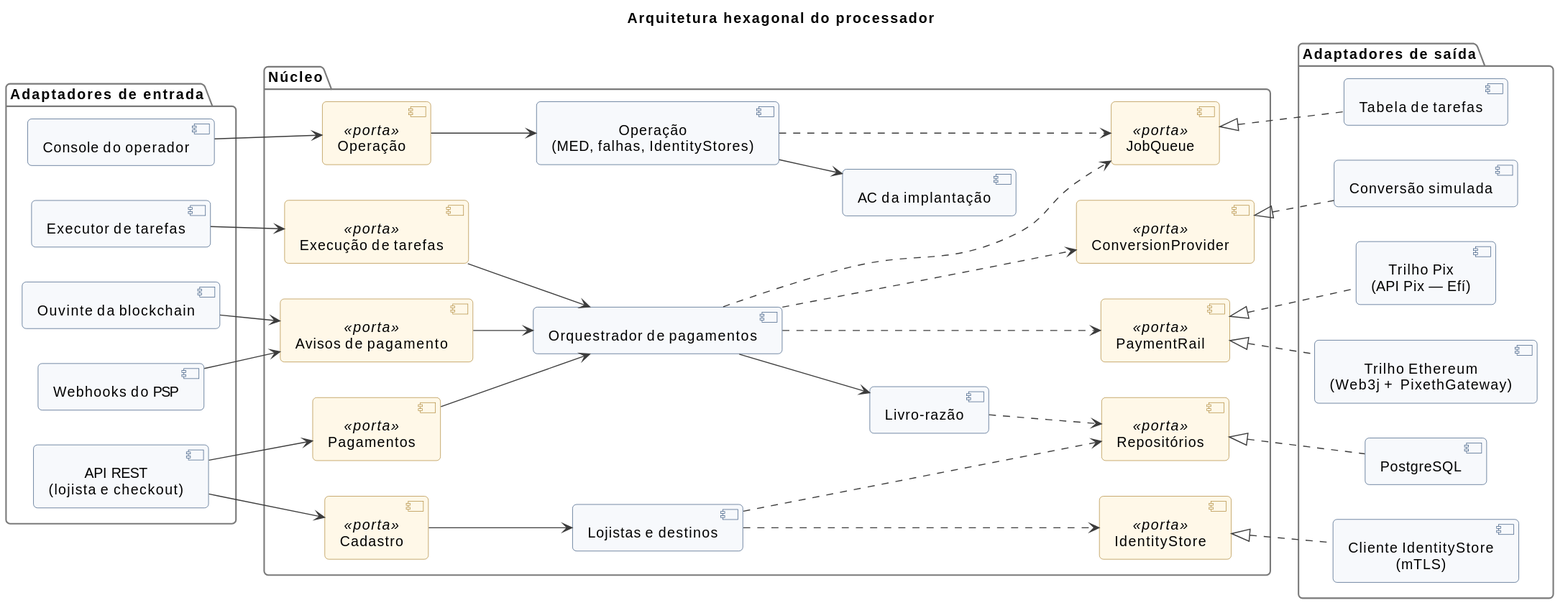
BrunoViotto18/Pixeth keeps this PlantUML diagram as docs/diagrams/svg/arquitetura/componentes-hexagonal.svg. Above is the earlier version.
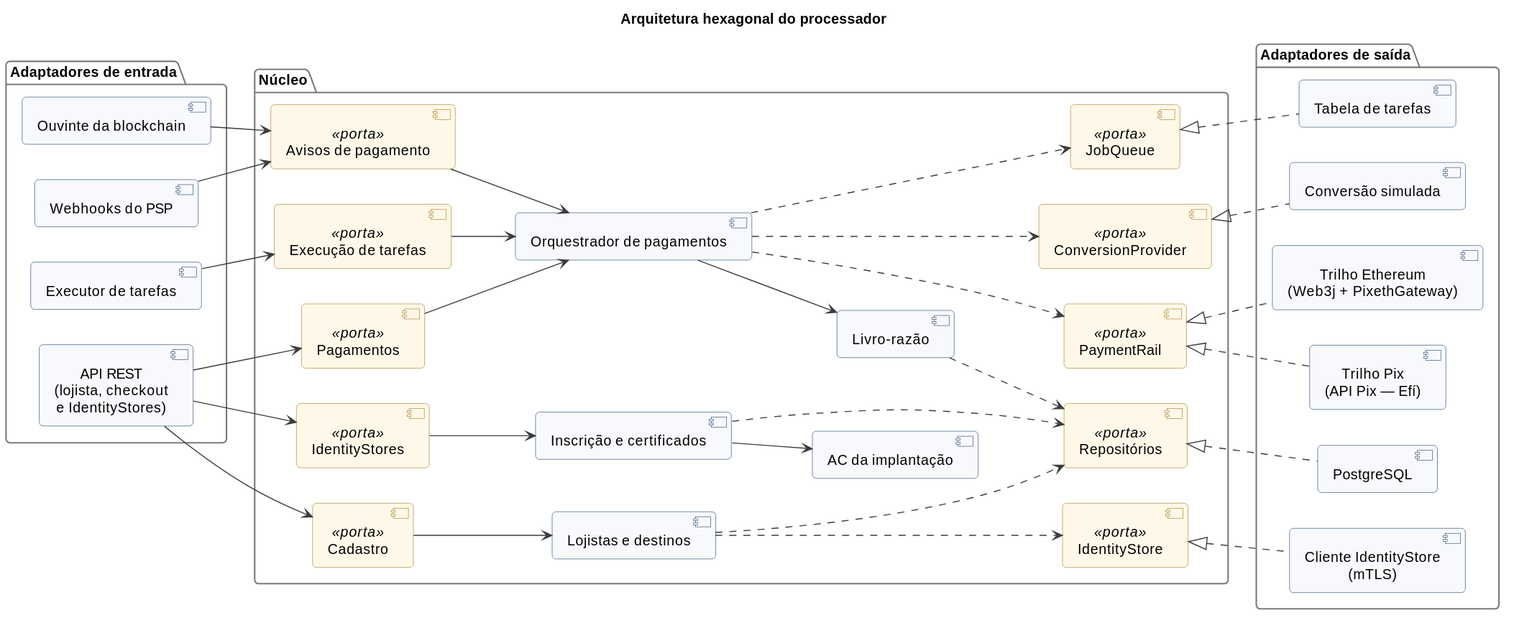
Above is the later version.

The edit, as a diff of the source:
```diff
@@ -10,70 +10,69 @@
 }
 
 package "Adaptadores de entrada" as g_in {
-  component "API REST\n(lojista e checkout)" as restApi
+  component "Ouvinte da blockchain" as chainListener
   component "Webhooks do PSP" as pspWebhook
-  component "Ouvinte da blockchain" as chainListener
   component "Executor de tarefas" as jobRunner
-  component "Console do operador" as console
+  component "API REST\n(lojista, checkout\ne IdentityStores)" as restApi
 }
 
 package "Núcleo" as g_core {
-  component "Cadastro" <<porta>> as IMerch
-  component "Pagamentos" <<porta>> as IPay
-  component "Operação" <<porta>> as IOps
   component "Avisos de pagamento" <<porta>> as INotif
   component "Execução de tarefas" <<porta>> as ISteps
+  component "Pagamentos" <<porta>> as IPay
+  component "IdentityStores" <<porta>> as IIds
+  component "Cadastro" <<porta>> as IMerch
 
-  component "Lojistas e destinos" as merchants
-  component "Operação\n(MED, falhas, IdentityStores)" as ops
   component "Orquestrador de pagamentos" as orch
   component "Livro-razão" as ledger
+  component "Inscrição e certificados" as enroll
   component "AC da implantação" as pki
+  component "Lojistas e destinos" as merchants
 
-  component "IdentityStore" <<porta>> as IIdentity
-  component "Repositórios" <<porta>> as IRepo
-  component "JobQueue" <<porta>> as IJobs
   component "PaymentRail" <<porta>> as IRail
   component "ConversionProvider" <<porta>> as IConv
+  component "JobQueue" <<porta>> as IJobs
+  component "Repositórios" <<porta>> as IRepo
+  component "IdentityStore" <<porta>> as IIdentity
 }
 
 package "Adaptadores de saída" as g_out {
-  component "Cliente IdentityStore\n(mTLS)" as idClient
-  component "PostgreSQL" as pg
   component "Trilho Ethereum\n(Web3j + PixethGateway)" as ethRail
   component "Trilho Pix\n(API Pix — Efí)" as pixRail
   component "Conversão simulada" as convMock
   component "Tabela de tarefas" as jobTable
+  component "PostgreSQL" as pg
+  component "Cliente IdentityStore\n(mTLS)" as idClient
 }
 
+chainListener --> INotif
+pspWebhook --> INotif
+jobRunner --> ISteps
+restApi --> IPay
+restApi --> IIds
 restApi --> IMerch
-restApi --> IPay
-pspWebhook --> INotif
-chainListener --> INotif
-jobRunner --> ISteps
-console --> IOps
 
-IMerch --> merchants
-IPay --> orch
-IOps --> ops
 INotif --> orch
 ISteps --> orch
+IPay --> orch
+IIds --> enroll
+IMerch --> merchants
 
-ops --> pki
 orch --> ledger
+enroll --> pki
 
-merchants ...> IIdentity
-merchants ...> IRepo
-ledger ..> IRepo
-ops ...> IJobs
-orch ...> IJobs
 orch ...> IRail
 orch ...> IConv
+orch ...> IJobs
+ledger ..> IRepo
+enroll ...> IRepo
+merchants ...> IRepo
+merchants ...> IIdentity
 
-IIdentity <|.. idClient
-IRepo <|.. pg
+IRail <|.. ethRail
 IRail <|.. pixRail
-IRail <|.. ethRail
 IConv <|.. convMock
 IJobs <|.. jobTable
+IRepo <|.. pg
+IIdentity <|.. idClient
 @enduml
```
